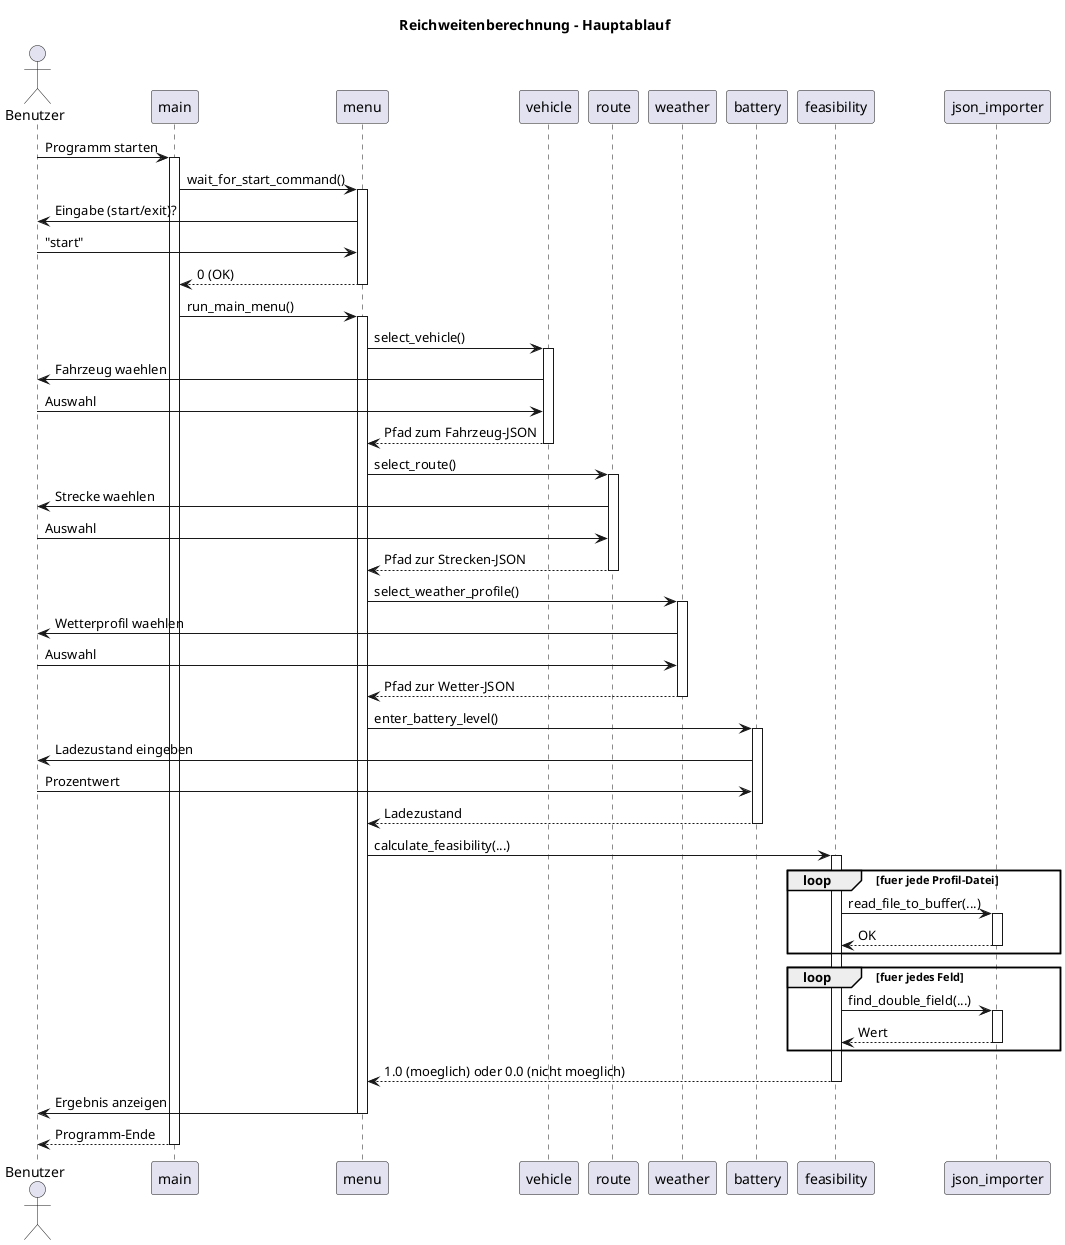
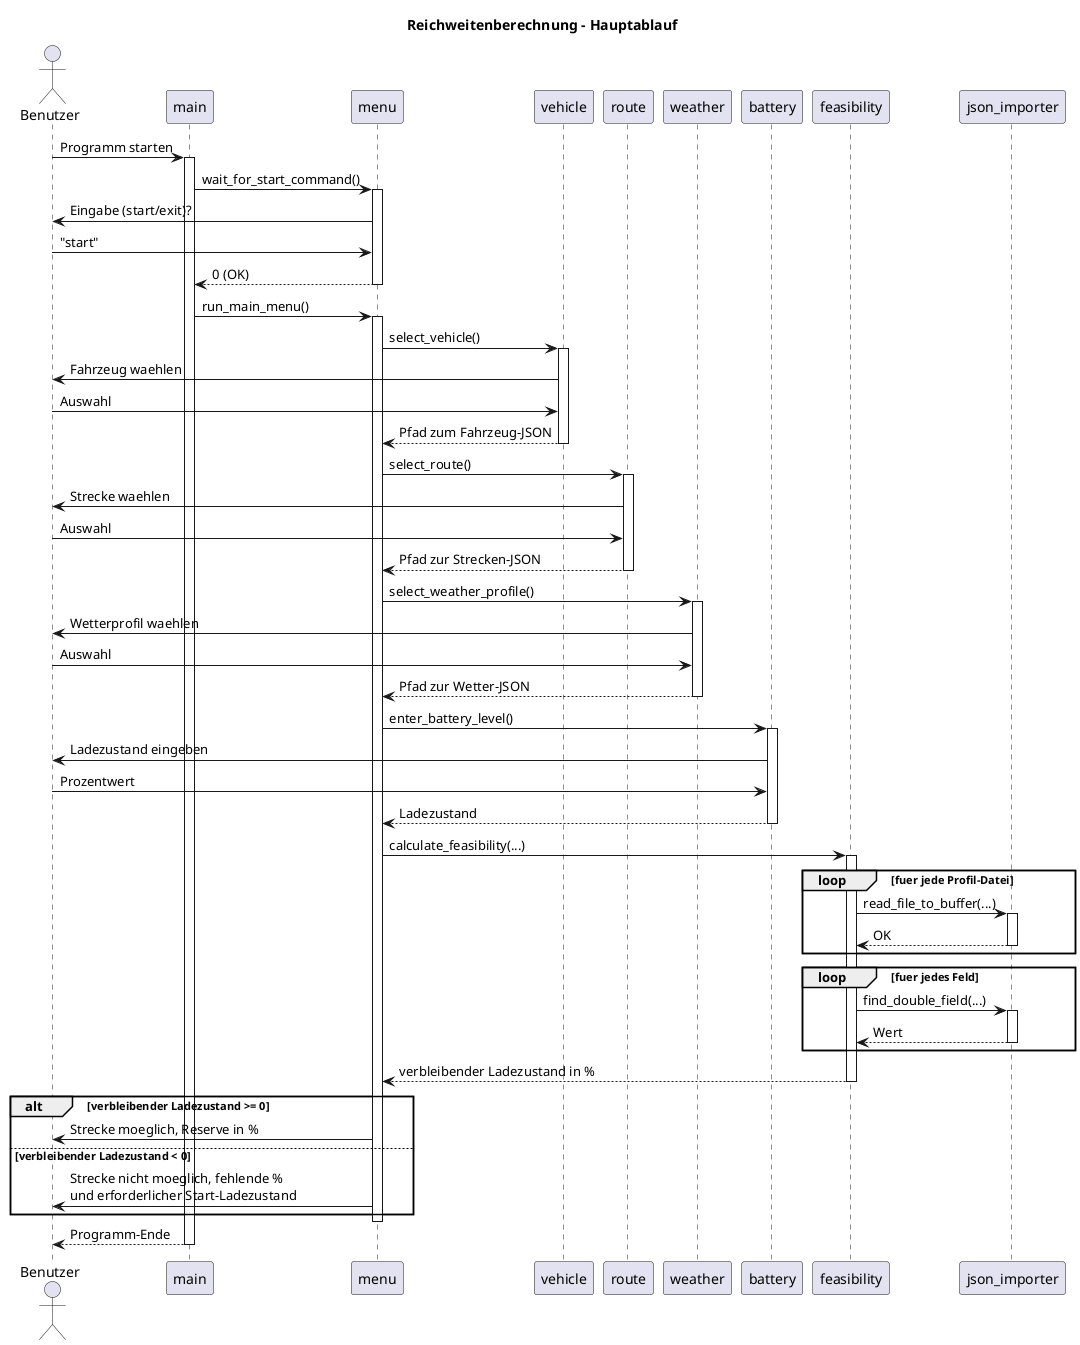
@startuml
title Reichweitenberechnung - Hauptablauf

actor Benutzer

participant main
participant menu
participant vehicle
participant route
participant weather
participant battery
participant feasibility
participant json_importer

Benutzer -> main : Programm starten
activate main

main -> menu : wait_for_start_command()
activate menu
menu -> Benutzer : Eingabe (start/exit)?
Benutzer -> menu : "start"
menu --> main : 0 (OK)
deactivate menu

main -> menu : run_main_menu()
activate menu

menu -> vehicle : select_vehicle()
activate vehicle
vehicle -> Benutzer : Fahrzeug waehlen
Benutzer -> vehicle : Auswahl
vehicle --> menu : Pfad zum Fahrzeug-JSON
deactivate vehicle

menu -> route : select_route()
activate route
route -> Benutzer : Strecke waehlen
Benutzer -> route : Auswahl
route --> menu: Pfad zur Strecken-JSON
deactivate route

menu -> weather : select_weather_profile()
activate weather
weather -> Benutzer : Wetterprofil waehlen
Benutzer -> weather : Auswahl
weather --> menu : Pfad zur Wetter-JSON
deactivate weather

menu -> battery : enter_battery_level()
activate battery
battery -> Benutzer : Ladezustand eingeben
Benutzer -> battery : Prozentwert
battery --> menu : Ladezustand
deactivate battery

menu -> feasibility : calculate_feasibility(...)
activate feasibility

loop fuer jede Profil-Datei
    feasibility -> json_importer : read_file_to_buffer(...)
    activate json_importer
    json_importer --> feasibility: OK
    deactivate json_importer
end

loop fuer jedes Feld
   feasibility -> json_importer : find_double_field(...)
   activate json_importer
   json_importer --> feasibility : Wert
   deactivate json_importer
end

- feasibility --> menu : 1.0 (moeglich) oder 0.0 (nicht moeglich)
+ feasibility --> menu : verbleibender Ladezustand in %
deactivate feasibility

- menu -> Benutzer : Ergebnis anzeigen
+ alt verbleibender Ladezustand >= 0
+     menu -> Benutzer : Strecke moeglich, Reserve in %
+ else verbleibender Ladezustand < 0
+     menu -> Benutzer : Strecke nicht moeglich, fehlende %\nund erforderlicher Start-Ladezustand
+ end
deactivate menu

main --> Benutzer : Programm-Ende
deactivate main
@enduml